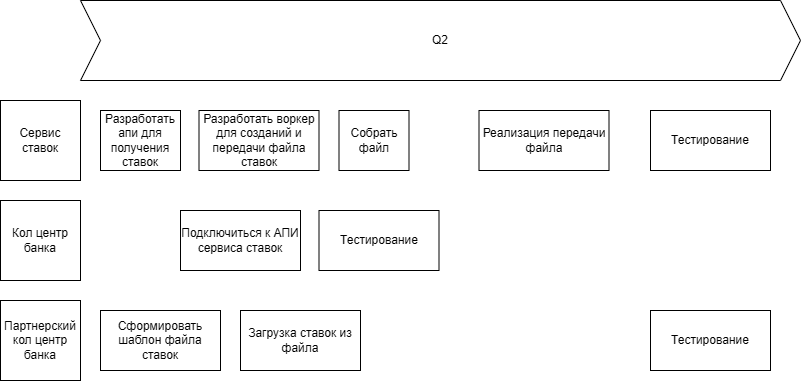
Gotoh666/architecture-standart keeps this draw.io diagram as Task4/RoadMap.png. Above is the earlier version. Source tidied: cells renumbered, new cells last; positions are measured from the earlier drawing's top-left corner, leaving out a move shared by most shapes. The source it was exported from:
```xml
<mxGraphModel>
  <root>
    <mxCell id="0" />
    <mxCell id="1" parent="0" />
    <mxCell id="2" value="Сервис ставок" style="whiteSpace=wrap;html=1;" parent="1" vertex="1">
      <mxGeometry y="100" width="80" height="80" as="geometry" />
    </mxCell>
    <mxCell id="3" value="Кол центр банка" style="whiteSpace=wrap;html=1;" parent="1" vertex="1">
      <mxGeometry y="200" width="80" height="80" as="geometry" />
    </mxCell>
    <mxCell id="4" value="Партнерский кол центр банка" style="whiteSpace=wrap;html=1;" parent="1" vertex="1">
      <mxGeometry y="300" width="80" height="80" as="geometry" />
    </mxCell>
    <mxCell id="5" value="Q2" style="shape=step;perimeter=stepPerimeter;whiteSpace=wrap;html=1;fixedSize=1;" parent="1" vertex="1">
      <mxGeometry x="80" width="720" height="80" as="geometry" />
    </mxCell>
    <mxCell id="6" value="Сформировать шаблон файла ставок" style="rounded=0;whiteSpace=wrap;html=1;" parent="1" vertex="1">
      <mxGeometry x="100" y="310" width="120" height="60" as="geometry" />
    </mxCell>
    <mxCell id="7" value="Загрузка ставок из файла" style="rounded=0;whiteSpace=wrap;html=1;" parent="1" vertex="1">
      <mxGeometry x="240" y="310" width="120" height="60" as="geometry" />
    </mxCell>
    <mxCell id="8" value="Разработать воркер для созданий и передачи файла ставок" style="rounded=0;whiteSpace=wrap;html=1;" parent="1" vertex="1">
      <mxGeometry x="198.5" y="110" width="120" height="60" as="geometry" />
    </mxCell>
    <mxCell id="9" value="Собрать файл" style="rounded=0;whiteSpace=wrap;html=1;" parent="1" vertex="1">
      <mxGeometry x="338.5" y="110" width="70" height="60" as="geometry" />
    </mxCell>
    <mxCell id="10" value="Реализация передачи файла" style="rounded=0;whiteSpace=wrap;html=1;" parent="1" vertex="1">
      <mxGeometry x="478.5" y="110" width="130" height="60" as="geometry" />
    </mxCell>
    <mxCell id="11" value="Подключиться к АПИ сервиса ставок" style="rounded=0;whiteSpace=wrap;html=1;" parent="1" vertex="1">
      <mxGeometry x="180" y="210" width="120" height="60" as="geometry" />
    </mxCell>
    <mxCell id="12" value="Разработать апи для получения ставок" style="rounded=0;whiteSpace=wrap;html=1;" parent="1" vertex="1">
      <mxGeometry x="100" y="110" width="80" height="60" as="geometry" />
    </mxCell>
    <mxCell id="13" value="Тестирование" style="rounded=0;whiteSpace=wrap;html=1;" parent="1" vertex="1">
      <mxGeometry x="318.5" y="210" width="120" height="60" as="geometry" />
    </mxCell>
    <mxCell id="14" value="Тестирование" style="rounded=0;whiteSpace=wrap;html=1;" parent="1" vertex="1">
      <mxGeometry x="650" y="310" width="120" height="60" as="geometry" />
    </mxCell>
    <mxCell id="15" value="Тестирование" style="rounded=0;whiteSpace=wrap;html=1;" parent="1" vertex="1">
      <mxGeometry x="650" y="110" width="120" height="60" as="geometry" />
    </mxCell>
  </root>
</mxGraphModel>
```
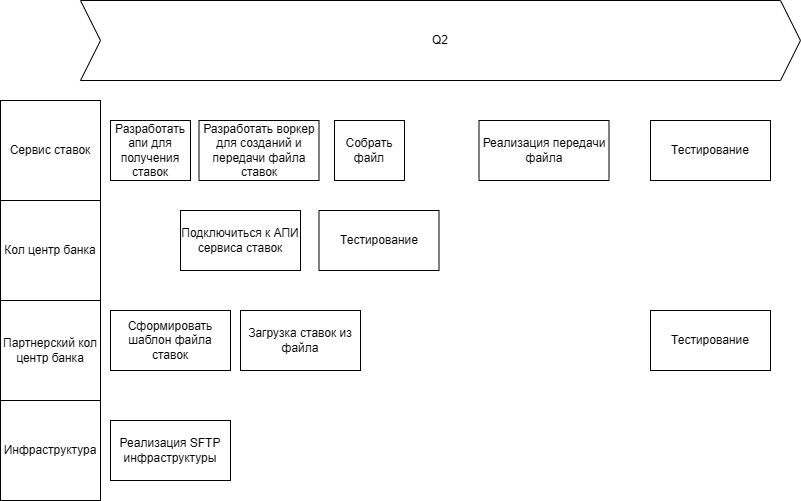
Later version of the same file.

The edit, as a diff of the source:
```diff
@@ -3,37 +3,37 @@
     <mxCell id="0" />
     <mxCell id="1" parent="0" />
     <mxCell id="2" value="Сервис ставок" style="whiteSpace=wrap;html=1;" parent="1" vertex="1">
-      <mxGeometry y="100" width="80" height="80" as="geometry" />
+      <mxGeometry y="100" width="100" height="100" as="geometry" />
     </mxCell>
     <mxCell id="3" value="Кол центр банка" style="whiteSpace=wrap;html=1;" parent="1" vertex="1">
-      <mxGeometry y="200" width="80" height="80" as="geometry" />
+      <mxGeometry y="200" width="100" height="100" as="geometry" />
     </mxCell>
     <mxCell id="4" value="Партнерский кол центр банка" style="whiteSpace=wrap;html=1;" parent="1" vertex="1">
-      <mxGeometry y="300" width="80" height="80" as="geometry" />
+      <mxGeometry y="300" width="100" height="100" as="geometry" />
     </mxCell>
     <mxCell id="5" value="Q2" style="shape=step;perimeter=stepPerimeter;whiteSpace=wrap;html=1;fixedSize=1;" parent="1" vertex="1">
       <mxGeometry x="80" width="720" height="80" as="geometry" />
     </mxCell>
     <mxCell id="6" value="Сформировать шаблон файла ставок" style="rounded=0;whiteSpace=wrap;html=1;" parent="1" vertex="1">
-      <mxGeometry x="100" y="310" width="120" height="60" as="geometry" />
+      <mxGeometry x="110" y="310" width="120" height="60" as="geometry" />
     </mxCell>
     <mxCell id="7" value="Загрузка ставок из файла" style="rounded=0;whiteSpace=wrap;html=1;" parent="1" vertex="1">
       <mxGeometry x="240" y="310" width="120" height="60" as="geometry" />
     </mxCell>
     <mxCell id="8" value="Разработать воркер для созданий и передачи файла ставок" style="rounded=0;whiteSpace=wrap;html=1;" parent="1" vertex="1">
-      <mxGeometry x="198.5" y="110" width="120" height="60" as="geometry" />
+      <mxGeometry x="198.5" y="120" width="120" height="60" as="geometry" />
     </mxCell>
     <mxCell id="9" value="Собрать файл" style="rounded=0;whiteSpace=wrap;html=1;" parent="1" vertex="1">
-      <mxGeometry x="338.5" y="110" width="70" height="60" as="geometry" />
+      <mxGeometry x="334" y="120" width="70" height="60" as="geometry" />
     </mxCell>
     <mxCell id="10" value="Реализация передачи файла" style="rounded=0;whiteSpace=wrap;html=1;" parent="1" vertex="1">
-      <mxGeometry x="478.5" y="110" width="130" height="60" as="geometry" />
+      <mxGeometry x="478.5" y="120" width="130" height="60" as="geometry" />
     </mxCell>
     <mxCell id="11" value="Подключиться к АПИ сервиса ставок" style="rounded=0;whiteSpace=wrap;html=1;" parent="1" vertex="1">
       <mxGeometry x="180" y="210" width="120" height="60" as="geometry" />
     </mxCell>
     <mxCell id="12" value="Разработать апи для получения ставок" style="rounded=0;whiteSpace=wrap;html=1;" parent="1" vertex="1">
-      <mxGeometry x="100" y="110" width="80" height="60" as="geometry" />
+      <mxGeometry x="110" y="120" width="80" height="60" as="geometry" />
     </mxCell>
     <mxCell id="13" value="Тестирование" style="rounded=0;whiteSpace=wrap;html=1;" parent="1" vertex="1">
       <mxGeometry x="318.5" y="210" width="120" height="60" as="geometry" />
@@ -42,7 +42,13 @@
       <mxGeometry x="650" y="310" width="120" height="60" as="geometry" />
     </mxCell>
     <mxCell id="15" value="Тестирование" style="rounded=0;whiteSpace=wrap;html=1;" parent="1" vertex="1">
-      <mxGeometry x="650" y="110" width="120" height="60" as="geometry" />
+      <mxGeometry x="650" y="120" width="120" height="60" as="geometry" />
     </mxCell>
+    <mxCell id="16" value="Инфраструктура" style="whiteSpace=wrap;html=1;" parent="1" vertex="1">
+      <mxGeometry y="400" width="100" height="100" as="geometry" />
+    </mxCell>
+    <mxCell id="17" value="Реализация SFTP инфраструктуры" style="rounded=0;whiteSpace=wrap;html=1;" parent="1" vertex="1">
+      <mxGeometry x="110" y="420" width="120" height="60" as="geometry" />
+    </mxCell>
   </root>
 </mxGraphModel>
```
